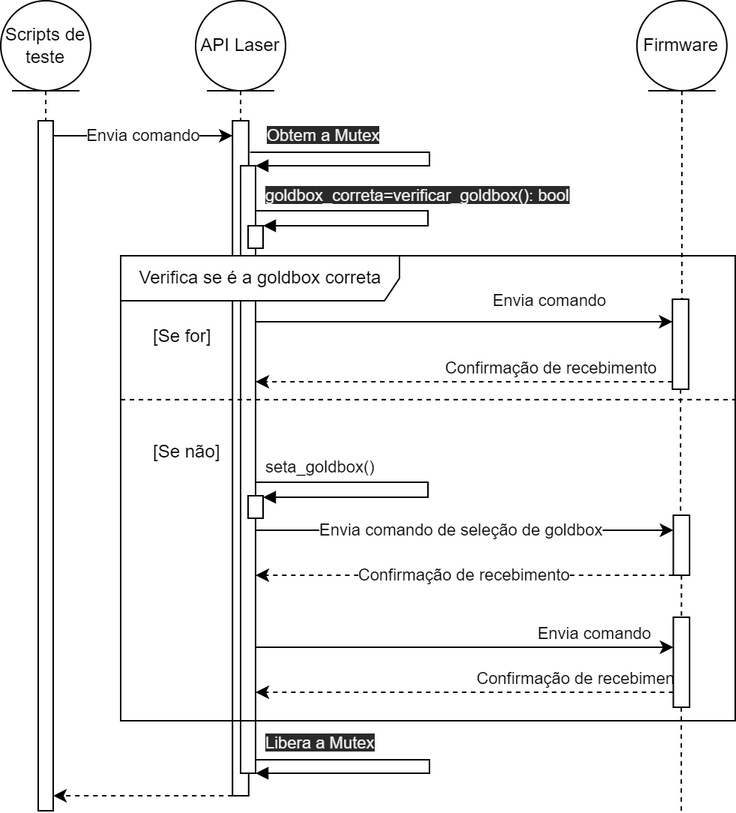
Earlier version of the draw.io export comando_novo.png (JoseitoOliveira/relatorio-estagio). Source tidied: cells renumbered, new cells last; positions are measured from the earlier drawing's top-left corner, leaving out a move shared by most shapes.
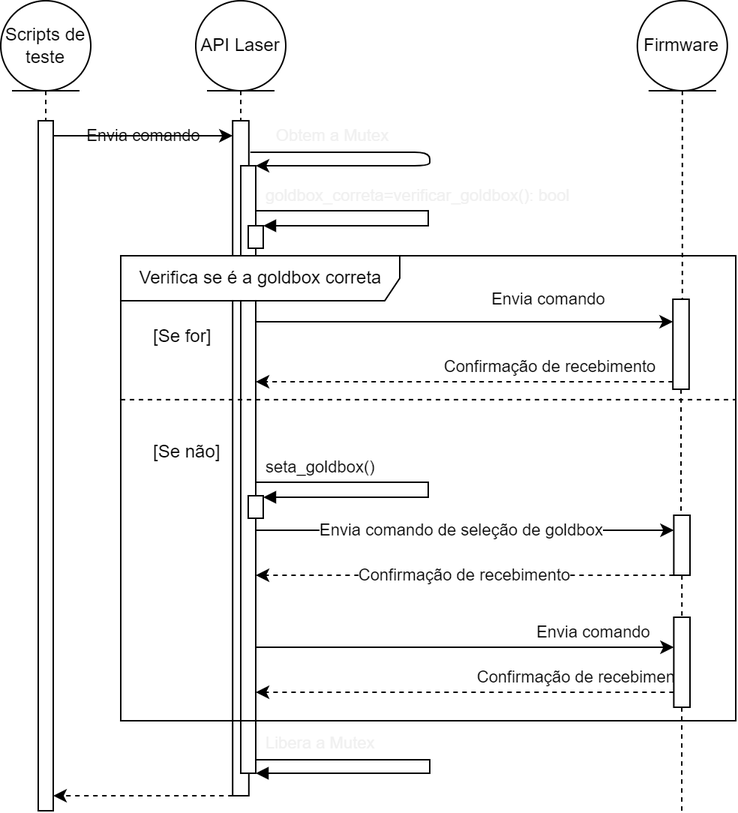
The same diagram one commit later.

Diff of the diagram source:
```diff
@@ -2,7 +2,7 @@
   <root>
     <mxCell id="0" />
     <mxCell id="1" parent="0" />
-    <mxCell id="2" value="Envia comando" style="edgeStyle=none;html=1;endArrow=classic;endFill=1;" parent="1" edge="1" source="3" target="13">
+    <mxCell id="2" value="Envia comando" style="edgeStyle=none;html=1;endArrow=classic;endFill=1;labelBackgroundColor=none;" parent="1" edge="1" source="3" target="13">
       <mxGeometry relative="1" as="geometry">
         <Array as="points">
           <mxPoint x="65" y="90" />
@@ -122,8 +122,8 @@
     <mxCell id="26" style="edgeStyle=none;html=1;dashed=1;startArrow=none;startFill=0;endArrow=none;endFill=0;" parent="1" edge="1" source="19" target="25">
       <mxGeometry relative="1" as="geometry" />
     </mxCell>
-    <mxCell id="27" value="&lt;span style=&quot;color: rgb(240 , 240 , 240) ; font-family: &amp;#34;helvetica&amp;#34; ; font-size: 11px ; font-style: normal ; font-weight: 400 ; letter-spacing: normal ; text-align: center ; text-indent: 0px ; text-transform: none ; word-spacing: 0px ; background-color: rgb(42 , 42 , 42) ; display: inline ; float: none&quot;&gt;Obtem a Mutex&lt;/span&gt;" style="edgeStyle=orthogonalEdgeStyle;html=1;align=left;spacingLeft=2;endArrow=block;rounded=0;" parent="1" edge="1" target="31">
-      <mxGeometry x="-0.93" y="11" relative="1" as="geometry">
+    <mxCell id="27" value="&lt;span style=&quot;color: rgb(240, 240, 240); font-family: helvetica; font-size: 11px; font-style: normal; font-weight: 400; letter-spacing: normal; text-align: center; text-indent: 0px; text-transform: none; word-spacing: 0px; display: inline; float: none;&quot;&gt;Obtem a Mutex&lt;/span&gt;" style="edgeStyle=orthogonalEdgeStyle;html=1;align=center;spacingLeft=2;endArrow=classic;rounded=1;endFill=1;labelBackgroundColor=none;" parent="1" edge="1" target="31">
+      <mxGeometry x="-0.56" y="11" relative="1" as="geometry">
         <mxPoint x="166.4" y="101" as="sourcePoint" />
         <Array as="points">
           <mxPoint x="286" y="101" />
@@ -131,7 +131,7 @@
         </Array>
       </mxGeometry>
     </mxCell>
-    <mxCell id="28" value="&lt;span style=&quot;color: rgb(240 , 240 , 240) ; font-family: &amp;#34;helvetica&amp;#34; ; font-size: 11px ; font-style: normal ; font-weight: 400 ; letter-spacing: normal ; text-align: center ; text-indent: 0px ; text-transform: none ; word-spacing: 0px ; background-color: rgb(42 , 42 , 42) ; display: inline ; float: none&quot;&gt;goldbox_correta=verificar_goldbox(): bool&lt;/span&gt;" style="edgeStyle=orthogonalEdgeStyle;html=1;align=left;spacingLeft=2;endArrow=block;rounded=0;" parent="1" edge="1" source="13" target="32">
+    <mxCell id="28" value="&lt;span style=&quot;color: rgb(240, 240, 240); font-family: helvetica; font-size: 11px; font-style: normal; font-weight: 400; letter-spacing: normal; text-align: center; text-indent: 0px; text-transform: none; word-spacing: 0px; display: inline; float: none;&quot;&gt;goldbox_correta=verificar_goldbox(): bool&lt;/span&gt;" style="edgeStyle=orthogonalEdgeStyle;html=1;align=left;spacingLeft=2;endArrow=block;rounded=0;labelBackgroundColor=none;" parent="1" edge="1" source="13" target="32">
       <mxGeometry x="-0.93" y="10" relative="1" as="geometry">
         <Array as="points">
           <mxPoint x="285" y="140" />
@@ -148,7 +148,7 @@
         </Array>
       </mxGeometry>
     </mxCell>
-    <mxCell id="30" value="&lt;span style=&quot;color: rgb(240 , 240 , 240) ; font-family: &amp;#34;helvetica&amp;#34; ; font-size: 11px ; font-style: normal ; font-weight: 400 ; letter-spacing: normal ; text-align: center ; text-indent: 0px ; text-transform: none ; word-spacing: 0px ; background-color: rgb(42 , 42 , 42) ; display: inline ; float: none&quot;&gt;Libera a Mutex&lt;/span&gt;" style="edgeStyle=orthogonalEdgeStyle;html=1;align=left;spacingLeft=2;endArrow=block;rounded=0;" parent="1" edge="1" target="31">
+    <mxCell id="30" value="&lt;span style=&quot;color: rgb(240, 240, 240); font-family: helvetica; font-size: 11px; font-style: normal; font-weight: 400; letter-spacing: normal; text-align: center; text-indent: 0px; text-transform: none; word-spacing: 0px; display: inline; float: none;&quot;&gt;Libera a Mutex&lt;/span&gt;" style="edgeStyle=orthogonalEdgeStyle;html=1;align=left;spacingLeft=2;endArrow=block;rounded=0;labelBackgroundColor=none;" parent="1" edge="1" target="31">
       <mxGeometry x="-0.93" y="11" relative="1" as="geometry">
         <mxPoint x="165.4" y="506" as="sourcePoint" />
         <Array as="points">
```
